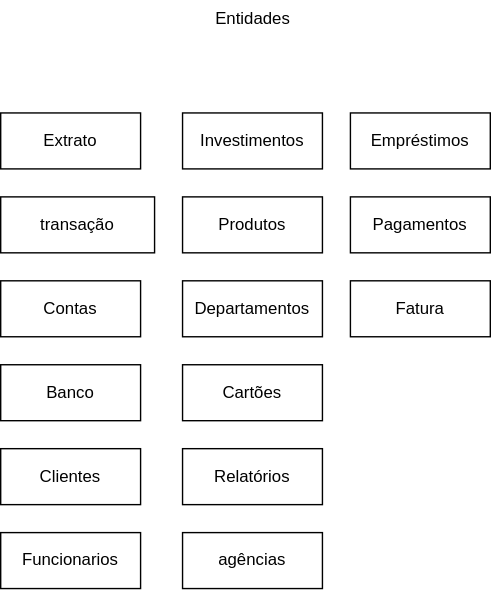
joaovitor644/BD_Activity keeps this draw.io diagram as DER.drawio.svg. Above is the earlier version. Source tidied: cells renumbered, new cells last; positions are measured from the earlier drawing's top-left corner, leaving out a move shared by most shapes.
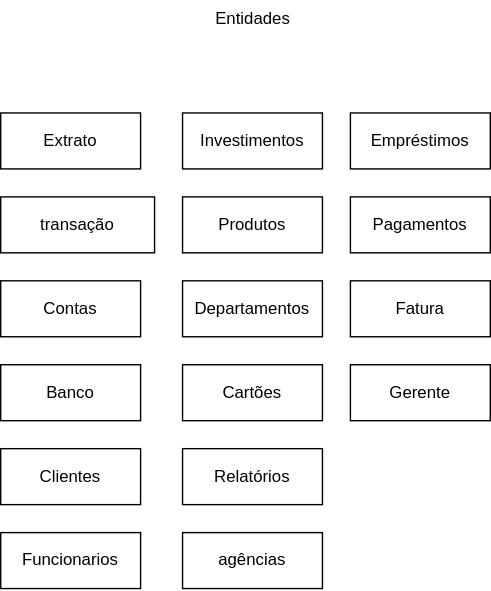
After the change.

The edit, as a diff of the source:
```diff
@@ -50,5 +50,8 @@
     <mxCell id="17" value="&lt;div&gt;Fatura&lt;/div&gt;" style="whiteSpace=wrap;html=1;align=center;" parent="1" vertex="1">
       <mxGeometry x="250" y="200" width="100" height="40" as="geometry" />
     </mxCell>
+    <mxCell id="18" value="&lt;div&gt;Gerente&lt;/div&gt;" style="whiteSpace=wrap;html=1;align=center;" parent="1" vertex="1">
+      <mxGeometry x="250" y="260" width="100" height="40" as="geometry" />
+    </mxCell>
   </root>
 </mxGraphModel>
```
